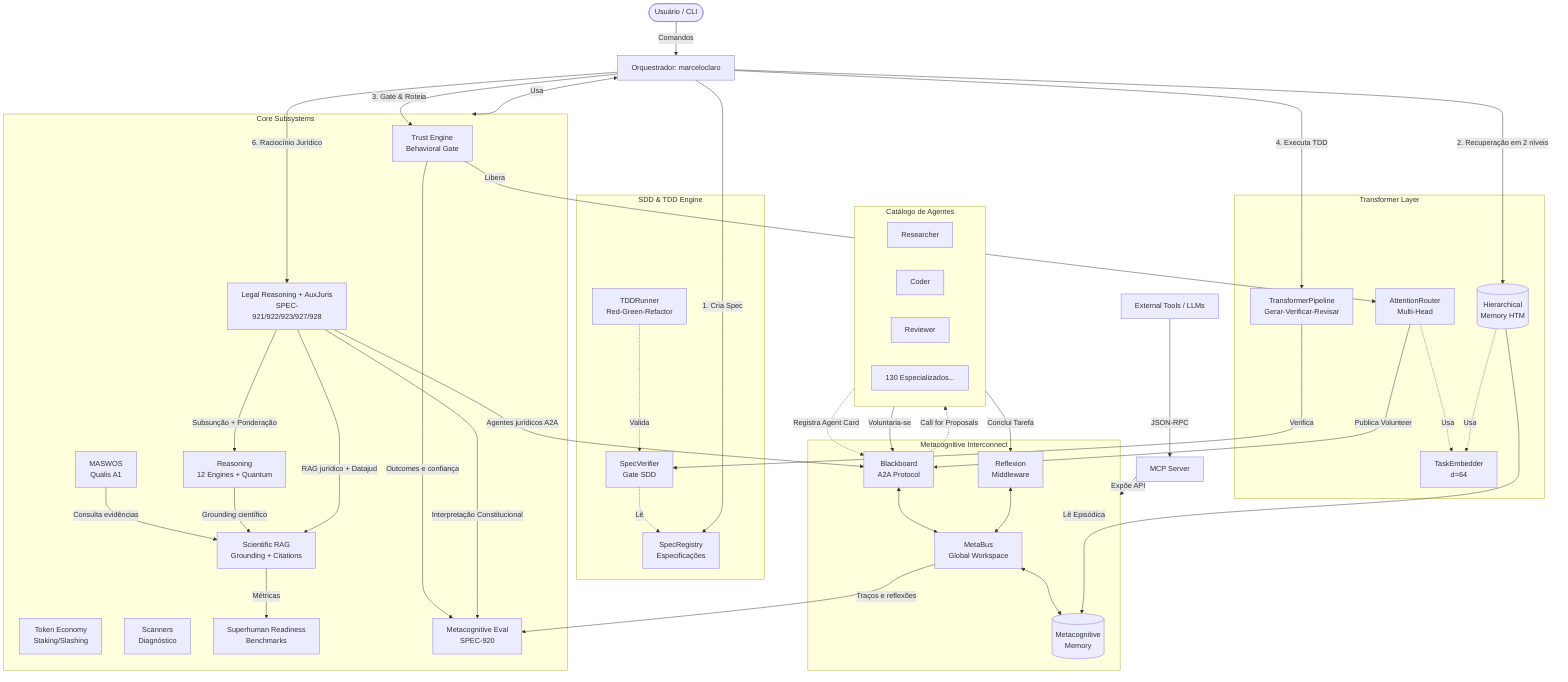
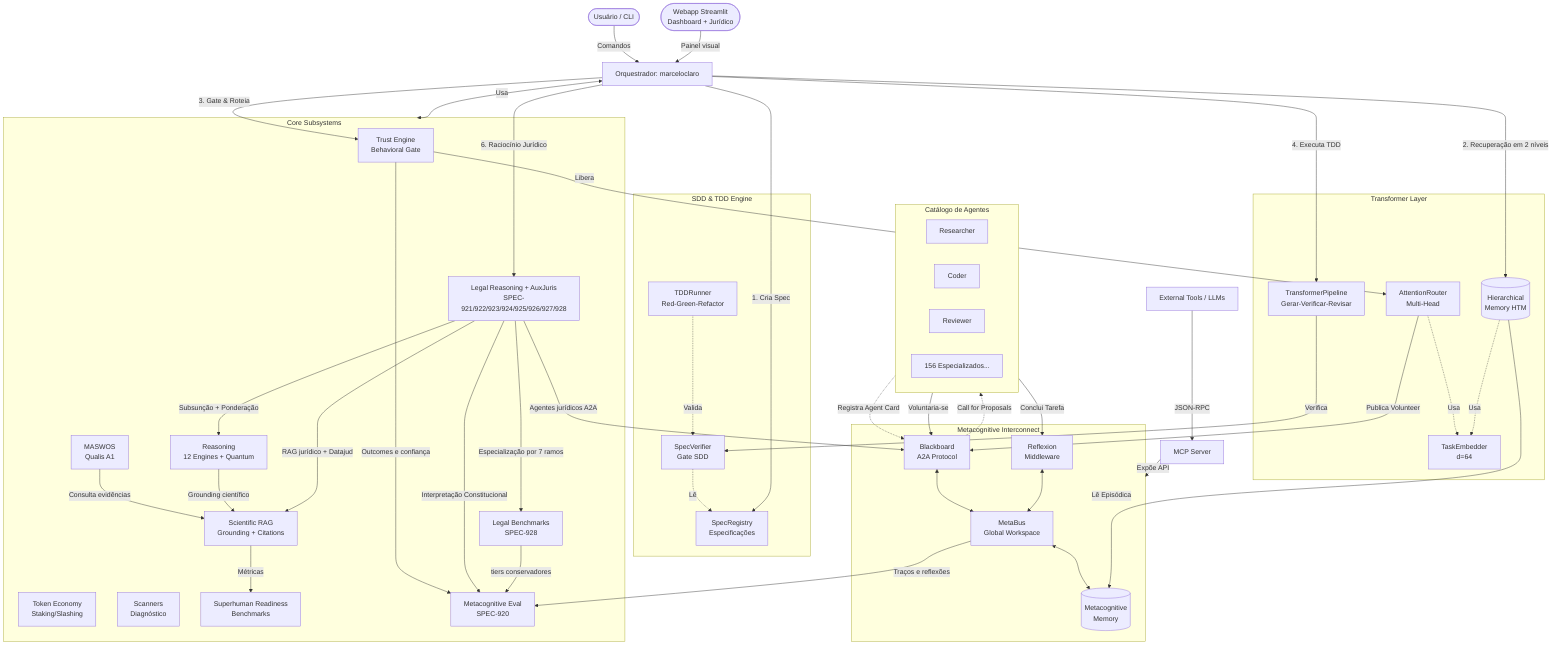
graph TD
    %% Atores e Orquestrador
    User([Usuário / CLI]) -->|Comandos| Orchestrator[Orquestrador: marceloclaro]
+     WebUI([Webapp Streamlit<br>Dashboard + Jurídico]) -->|Painel visual| Orchestrator

    %% Camada SDD/TDD
    subgraph SDD [SDD & TDD Engine]
        Spec[SpecRegistry<br>Especificações]
        Ver[SpecVerifier<br>Gate SDD]
        TDD[TDDRunner<br>Red-Green-Refactor]

        TDD -.->|Valida| Ver
        Ver -.->|Lê| Spec
    end

    %% Camada Transformer
    subgraph TF [Transformer Layer]
        Attn[AttentionRouter<br>Multi-Head]
        Pipe[TransformerPipeline<br>Gerar-Verificar-Revisar]
        HTM[(Hierarchical<br>Memory HTM)]
        Emb[TaskEmbedder<br>d=64]

        Attn -.->|Usa| Emb
        HTM -.->|Usa| Emb
    end

    %% Camada Core (Novos Subsistemas)
    subgraph Core [Core Subsystems]
        Trust[Trust Engine<br>Behavioral Gate]
        Eco[Token Economy<br>Staking/Slashing]
        Scan[Scanners<br>Diagnóstico]
        Acad[MASWOS<br>Qualis A1]
        Reason[Reasoning<br>12 Engines + Quantum]
-         Legal[Legal Reasoning + AuxJuris<br>SPEC-921/922/923/927/928]
+         Legal[Legal Reasoning + AuxJuris<br>SPEC-921/922/923/924/925/926/927/928]
+         LegalBench[Legal Benchmarks<br>SPEC-928]
        RAG[Scientific RAG<br>Grounding + Citations]
        Bench[Superhuman Readiness<br>Benchmarks]
        MetaEval[Metacognitive Eval<br>SPEC-920]
    end

    %% Camada MCI
    subgraph MCI [Metacognitive Interconnect]
        MB[MetaBus<br>Global Workspace]
        BB[Blackboard<br>A2A Protocol]
        Mem[(Metacognitive<br>Memory)]
        Ref[Reflexion<br>Middleware]

        MB <--> Mem
        BB <--> MB
        Ref <--> MB
    end

    %% Orquestrador integra as camadas
    Orchestrator -->|1. Cria Spec| Spec
    Orchestrator -->|2. Recuperação em 2 níveis| HTM
    HTM -->|Lê Episódica| Mem
    Orchestrator -->|3. Gate & Roteia| Trust
    Trust -->|Libera| Attn
    Attn -->|Publica Volunteer| BB
    Orchestrator -->|4. Executa TDD| Pipe
    Pipe -->|Verifica| Ver
    Orchestrator <-->|Usa| Core
    Acad -->|Consulta evidências| RAG
    Reason -->|Grounding científico| RAG
    RAG -->|Métricas| Bench
    MB -->|Traços e reflexões| MetaEval
    Trust -->|Outcomes e confiança| MetaEval
    Orchestrator -->|6. Raciocínio Jurídico| Legal
    Legal -->|Subsunção + Ponderação| Reason
    Legal -->|Interpretação Constitucional| MetaEval
    Legal -->|RAG jurídico + Datajud| RAG
    Legal -->|Agentes jurídicos A2A| BB
+     Legal -->|Especialização por 7 ramos| LegalBench
+     LegalBench -->|tiers conservadores| MetaEval

    %% Agentes
    subgraph Agents [Catálogo de Agentes]
        A1[Researcher]
        A2[Coder]
        A3[Reviewer]
-         A4[130 Especializados...]
+         A4[156 Especializados...]
    end

    %% Fluxo de Agentes
    Agents -.->|Registra Agent Card| BB
    BB -.->|Call for Proposals| Agents
    Agents -->|Voluntaria-se| BB
    Agents -->|Conclui Tarefa| Ref

    %% MCP
    MCP[MCP Server] -->|Expõe API| MCI
    External[External Tools / LLMs] -->|JSON-RPC| MCP
